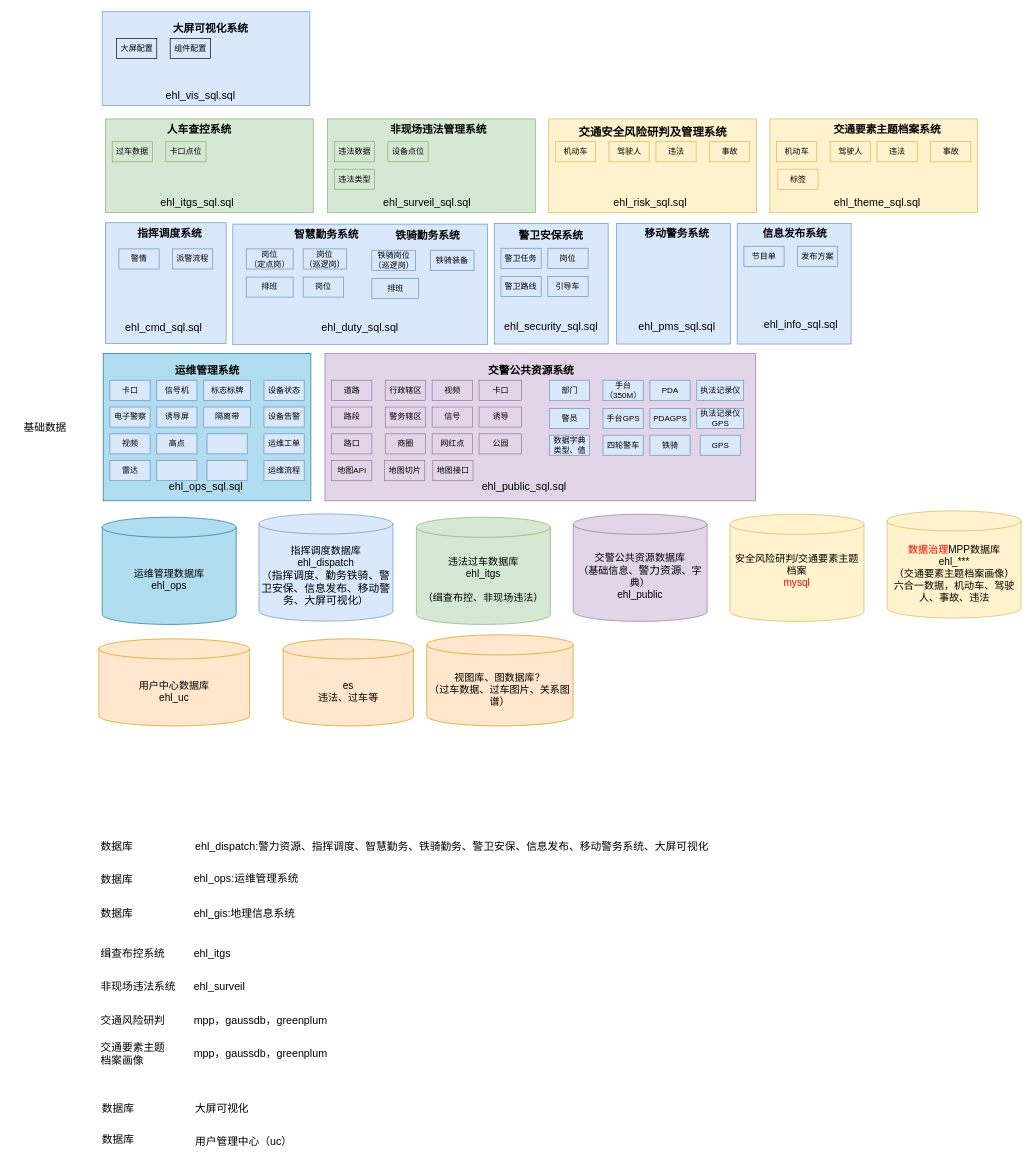
Earlier version of the draw.io diagram page "数据库架构图" (2 of 3) of 应用基线产品架构.drawio (bj-ehualu/drawio). Source tidied: cells renumbered, new cells numbered last; positions are measured from the earlier drawing's top-left corner, leaving out a move shared by most shapes. Both pictures are drawn from the tidied source at 67%, with x=0, y=0 at pixel (11, 11).
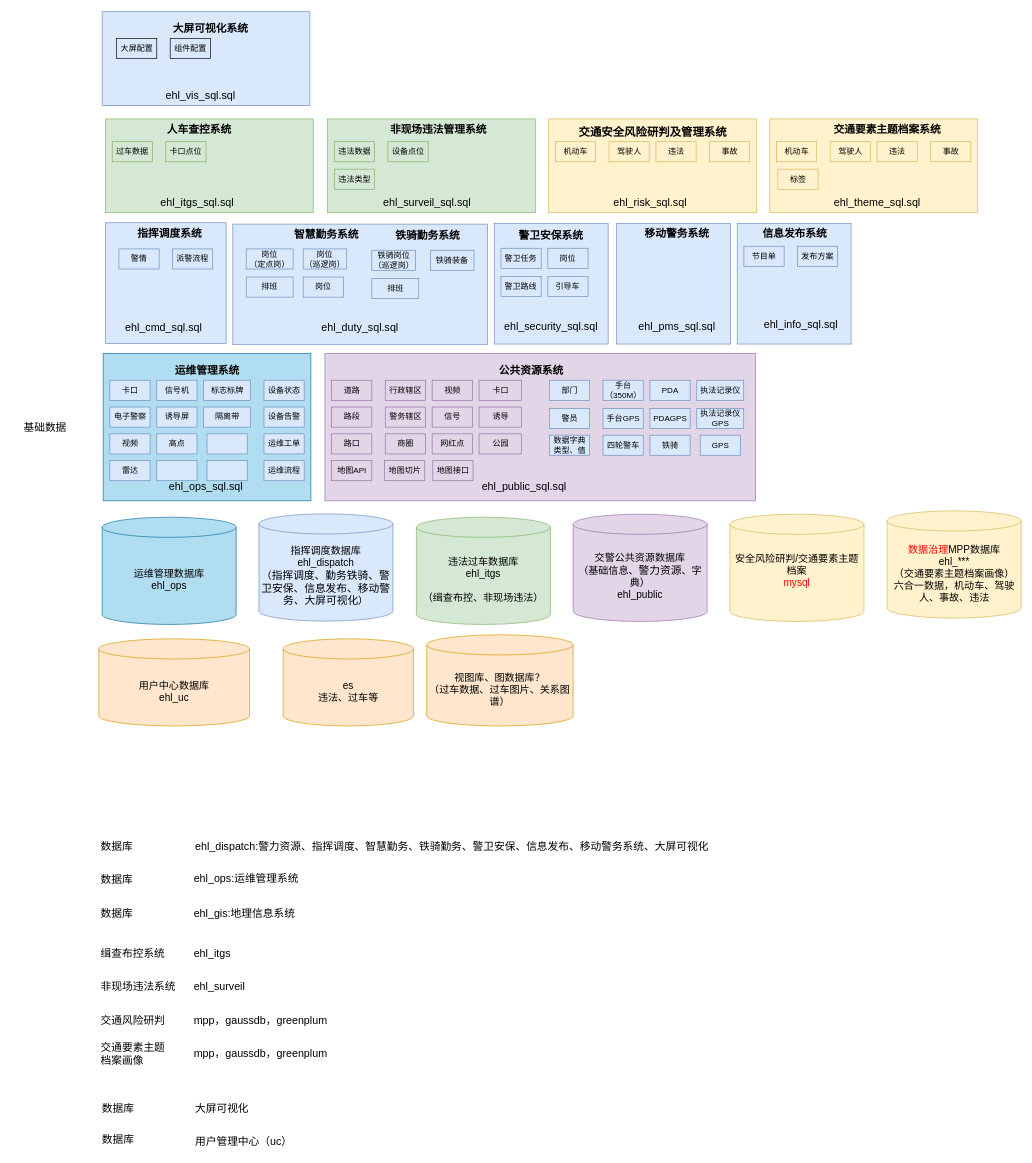
The same page after the edit.

Commit message:
更新应用基线产品架构.drawio

Change to the diagram source:
```diff
@@
-    <mxCell id="36" value="交警公共资源系统" style="text;html=1;align=center;verticalAlign=middle;whiteSpace=wrap;rounded=0;fontSize=16;fillColor=none;strokeColor=none;fontStyle=1;" parent="1" vertex="1">
+    <mxCell id="36" value="公共资源系统" style="text;html=1;align=center;verticalAlign=middle;whiteSpace=wrap;rounded=0;fontSize=16;fillColor=none;strokeColor=none;fontStyle=1;" parent="1" vertex="1">
       <mxGeometry x="697.5" y="520" width="155" height="29" as="geometry" />
     </mxCell>
```
